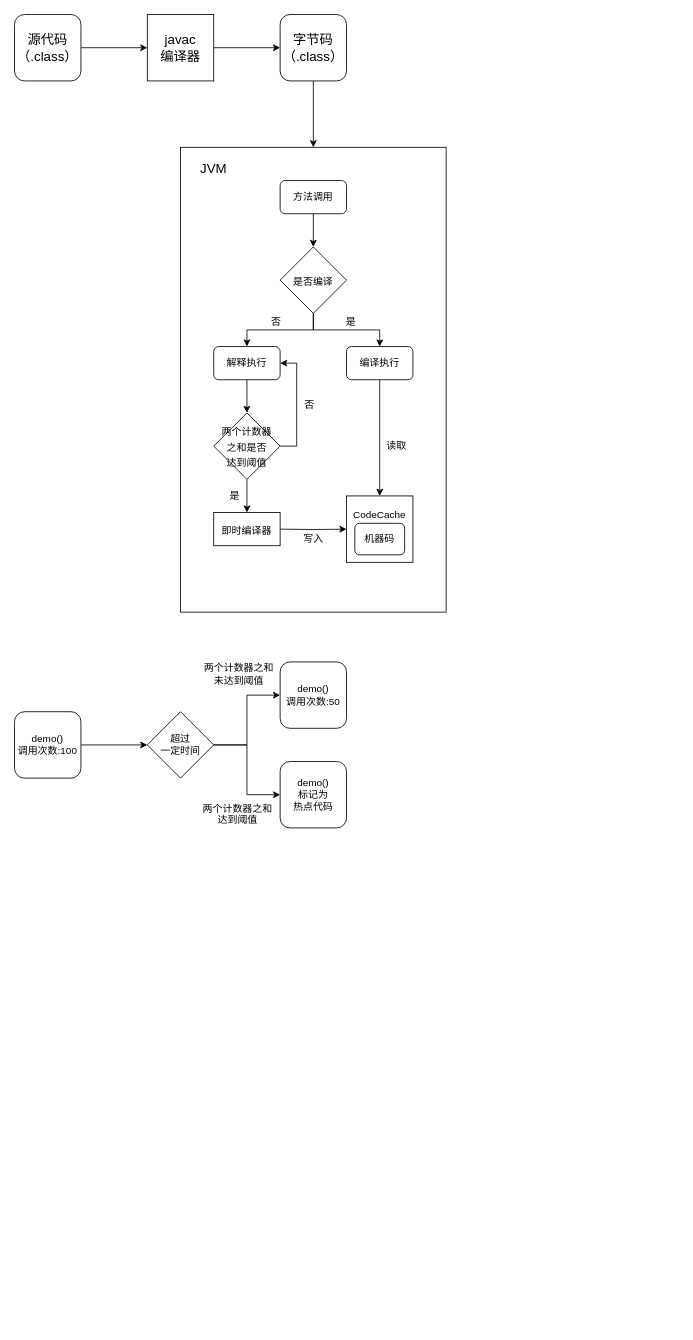
Earlier version of the draw.io diagram 简述 即时编译器（JIT）/简述 即时编译器（JIT）.drawio (zero-97/picture-of-the-article). Source tidied: cells renumbered, new cells numbered last; positions are measured from the earlier drawing's top-left corner, leaving out a move shared by most shapes. Both pictures are drawn from the tidied source at 83%, with x=0, y=0 at pixel (14, 14).
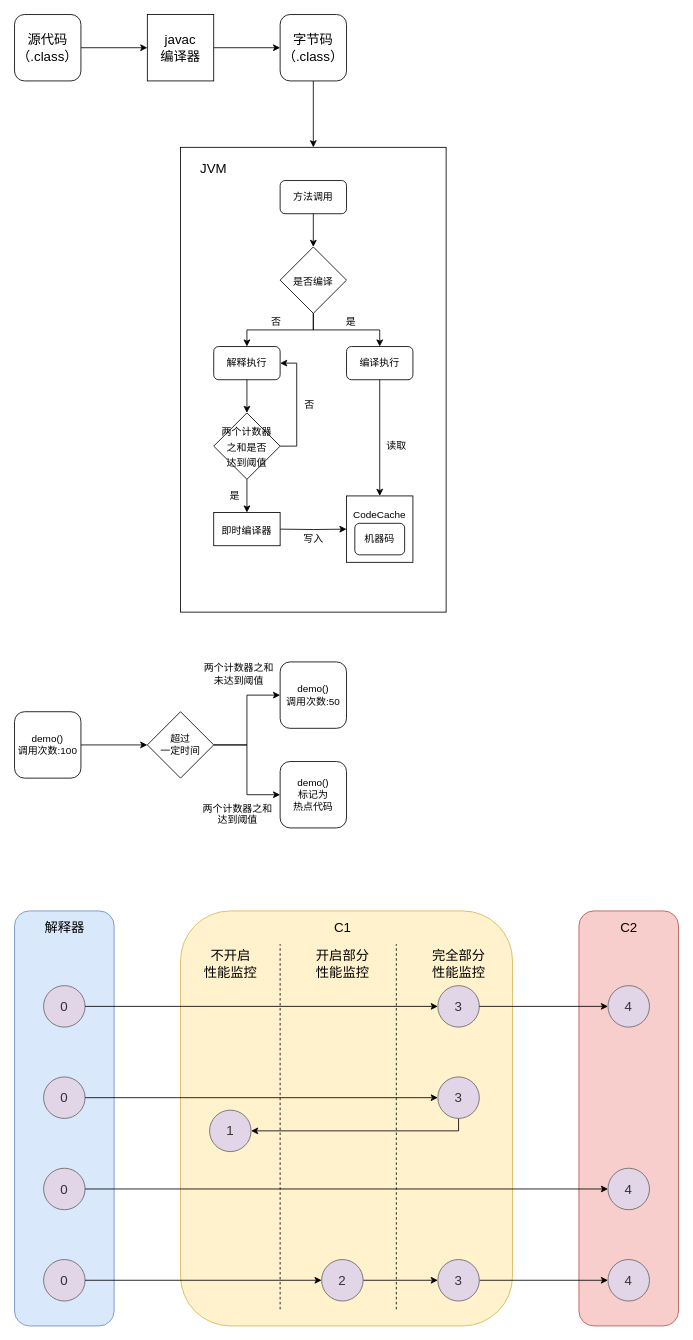
The same diagram, later.

Commit message:
Update 简述 即时编译器（JIT）.drawio

What changed in the source:
```diff
@@
+    <mxCell id="42" style="rounded=1;whiteSpace=wrap;html=1;fillColor=#dae8fc;strokeColor=#6c8ebf;" parent="1" vertex="1">
+      <mxGeometry y="1080" width="120" height="500" as="geometry" />
+    </mxCell>
+    <mxCell id="43" value="&lt;font style=&quot;font-size: 16px&quot;&gt;解释器&lt;/font&gt;" style="text;html=1;align=center;verticalAlign=middle;strokeColor=none;fillColor=none;" parent="1" vertex="1">
+      <mxGeometry x="30" y="1090" width="60" height="20" as="geometry" />
+    </mxCell>
+    <mxCell id="44" value="0" style="ellipse;whiteSpace=wrap;html=1;fontSize=16;fillColor=#E1D5E7;strokeColor=#666666;fontColor=#333333;" parent="1" vertex="1">
+      <mxGeometry x="35" y="1170" width="50" height="50" as="geometry" />
+    </mxCell>
+    <mxCell id="45" value="0" style="ellipse;whiteSpace=wrap;html=1;fontSize=16;fillColor=#E1D5E7;strokeColor=#666666;fontColor=#333333;" parent="1" vertex="1">
+      <mxGeometry x="35" y="1280" width="50" height="50" as="geometry" />
+    </mxCell>
+    <mxCell id="46" value="0" style="ellipse;whiteSpace=wrap;html=1;fontSize=16;fillColor=#E1D5E7;strokeColor=#666666;fontColor=#333333;" parent="1" vertex="1">
+      <mxGeometry x="35" y="1390" width="50" height="50" as="geometry" />
+    </mxCell>
+    <mxCell id="47" value="0" style="ellipse;whiteSpace=wrap;html=1;fontSize=16;fillColor=#E1D5E7;strokeColor=#666666;fontColor=#333333;" parent="1" vertex="1">
+      <mxGeometry x="35" y="1500" width="50" height="50" as="geometry" />
+    </mxCell>
+    <mxCell id="48" style="rounded=1;whiteSpace=wrap;html=1;fillColor=#fff2cc;strokeColor=#d6b656;" parent="1" vertex="1">
+      <mxGeometry x="200" y="1080" width="400" height="500" as="geometry" />
+    </mxCell>
+    <mxCell id="49" value="3" style="ellipse;whiteSpace=wrap;html=1;fontSize=16;fillColor=#E1D5E7;strokeColor=#666666;fontColor=#333333;" parent="1" vertex="1">
+      <mxGeometry x="510" y="1170" width="50" height="50" as="geometry" />
+    </mxCell>
+    <mxCell id="50" value="&lt;font style=&quot;font-size: 16px&quot;&gt;C1&lt;/font&gt;" style="text;html=1;align=center;verticalAlign=middle;strokeColor=none;fillColor=none;" parent="1" vertex="1">
+      <mxGeometry x="375" y="1090" width="40" height="20" as="geometry" />
+    </mxCell>
+    <mxCell id="51" style="rounded=1;whiteSpace=wrap;html=1;fillColor=#f8cecc;strokeColor=#b85450;" parent="1" vertex="1">
+      <mxGeometry x="680" y="1080" width="120" height="500" as="geometry" />
+    </mxCell>
+    <mxCell id="52" value="&lt;font style=&quot;font-size: 16px&quot;&gt;C2&lt;/font&gt;" style="text;html=1;align=center;verticalAlign=middle;strokeColor=none;fillColor=none;" parent="1" vertex="1">
+      <mxGeometry x="720" y="1090" width="40" height="20" as="geometry" />
+    </mxCell>
+    <mxCell id="53" value="&lt;font style=&quot;font-size: 16px&quot;&gt;不开启&lt;br&gt;性能监控&lt;/font&gt;" style="text;html=1;align=center;verticalAlign=middle;strokeColor=none;fillColor=none;" parent="1" vertex="1">
+      <mxGeometry x="220" y="1129" width="80" height="30" as="geometry" />
+    </mxCell>
+    <mxCell id="54" value="&lt;font style=&quot;font-size: 16px&quot;&gt;开启部分&lt;br&gt;性能监控&lt;/font&gt;" style="text;html=1;align=center;verticalAlign=middle;strokeColor=none;fillColor=none;" parent="1" vertex="1">
+      <mxGeometry x="355" y="1129" width="80" height="30" as="geometry" />
+    </mxCell>
+    <mxCell id="55" value="&lt;font style=&quot;font-size: 16px&quot;&gt;完全部分&lt;br&gt;性能监控&lt;/font&gt;" style="text;html=1;align=center;verticalAlign=middle;strokeColor=none;fillColor=none;" parent="1" vertex="1">
+      <mxGeometry x="495" y="1129" width="80" height="30" as="geometry" />
+    </mxCell>
+    <mxCell id="56" style="endArrow=none;dashed=1;html=1;rounded=0;fontSize=16;" parent="1" edge="1">
+      <mxGeometry relative="1" as="geometry">
+        <mxPoint x="320" y="1560" as="sourcePoint" />
+        <mxPoint x="320" y="1120" as="targetPoint" />
+      </mxGeometry>
+    </mxCell>
+    <mxCell id="57" style="endArrow=none;dashed=1;html=1;rounded=0;fontSize=16;" parent="1" edge="1">
+      <mxGeometry relative="1" as="geometry">
+        <mxPoint x="460" y="1560" as="sourcePoint" />
+        <mxPoint x="460" y="1120" as="targetPoint" />
+      </mxGeometry>
+    </mxCell>
+    <mxCell id="58" style="edgeStyle=orthogonalEdgeStyle;rounded=0;jettySize=auto;html=1;fontSize=16;" parent="1" edge="1" source="44" target="49">
+      <mxGeometry relative="1" as="geometry" />
+    </mxCell>
+    <mxCell id="59" value="4" style="ellipse;whiteSpace=wrap;html=1;fontSize=16;fillColor=#E1D5E7;strokeColor=#666666;fontColor=#333333;" parent="1" vertex="1">
+      <mxGeometry x="715" y="1170" width="50" height="50" as="geometry" />
+    </mxCell>
+    <mxCell id="60" style="edgeStyle=orthogonalEdgeStyle;rounded=0;jettySize=auto;html=1;fontSize=16;" parent="1" edge="1" source="49" target="59">
+      <mxGeometry relative="1" as="geometry" />
+    </mxCell>
+    <mxCell id="61" style="edgeStyle=orthogonalEdgeStyle;rounded=0;jettySize=auto;html=1;fontSize=16;" parent="1" edge="1" source="62" target="63">
+      <mxGeometry relative="1" as="geometry">
+        <Array as="points">
+          <mxPoint x="535" y="1345" />
+        </Array>
+      </mxGeometry>
+    </mxCell>
+    <mxCell id="62" value="3" style="ellipse;whiteSpace=wrap;html=1;fontSize=16;fillColor=#E1D5E7;strokeColor=#666666;fontColor=#333333;" parent="1" vertex="1">
+      <mxGeometry x="510" y="1280" width="50" height="50" as="geometry" />
+    </mxCell>
+    <mxCell id="63" value="1" style="ellipse;whiteSpace=wrap;html=1;fontSize=16;fillColor=#E1D5E7;strokeColor=#666666;fontColor=#333333;" parent="1" vertex="1">
+      <mxGeometry x="235" y="1320" width="50" height="50" as="geometry" />
+    </mxCell>
+    <mxCell id="64" style="edgeStyle=orthogonalEdgeStyle;rounded=0;jettySize=auto;html=1;fontSize=16;" parent="1" edge="1" source="45" target="62">
+      <mxGeometry relative="1" as="geometry" />
+    </mxCell>
+    <mxCell id="65" value="4" style="ellipse;whiteSpace=wrap;html=1;fontSize=16;fillColor=#E1D5E7;strokeColor=#666666;fontColor=#333333;" parent="1" vertex="1">
+      <mxGeometry x="715" y="1390" width="50" height="50" as="geometry" />
+    </mxCell>
+    <mxCell id="66" style="edgeStyle=orthogonalEdgeStyle;rounded=0;jettySize=auto;html=1;fontSize=16;" parent="1" edge="1" source="46" target="65">
+      <mxGeometry relative="1" as="geometry" />
+    </mxCell>
+    <mxCell id="67" style="edgeStyle=orthogonalEdgeStyle;rounded=0;jettySize=auto;html=1;fontSize=16;" parent="1" edge="1" source="68" target="70">
+      <mxGeometry relative="1" as="geometry" />
+    </mxCell>
+    <mxCell id="68" value="2" style="ellipse;whiteSpace=wrap;html=1;fontSize=16;fillColor=#E1D5E7;strokeColor=#666666;fontColor=#333333;" parent="1" vertex="1">
+      <mxGeometry x="370" y="1500" width="50" height="50" as="geometry" />
+    </mxCell>
+    <mxCell id="69" style="edgeStyle=orthogonalEdgeStyle;rounded=0;jettySize=auto;html=1;fontSize=16;" parent="1" edge="1" source="70" target="72">
+      <mxGeometry relative="1" as="geometry" />
+    </mxCell>
+    <mxCell id="70" value="3" style="ellipse;whiteSpace=wrap;html=1;fontSize=16;fillColor=#E1D5E7;strokeColor=#666666;fontColor=#333333;" parent="1" vertex="1">
+      <mxGeometry x="510" y="1500" width="50" height="50" as="geometry" />
+    </mxCell>
+    <mxCell id="71" style="edgeStyle=orthogonalEdgeStyle;rounded=0;jettySize=auto;html=1;fontSize=16;" parent="1" edge="1" source="47" target="68">
+      <mxGeometry relative="1" as="geometry" />
+    </mxCell>
+    <mxCell id="72" value="4" style="ellipse;whiteSpace=wrap;html=1;fontSize=16;fillColor=#E1D5E7;strokeColor=#666666;fontColor=#333333;" parent="1" vertex="1">
+      <mxGeometry x="715" y="1500" width="50" height="50" as="geometry" />
+    </mxCell>
```
